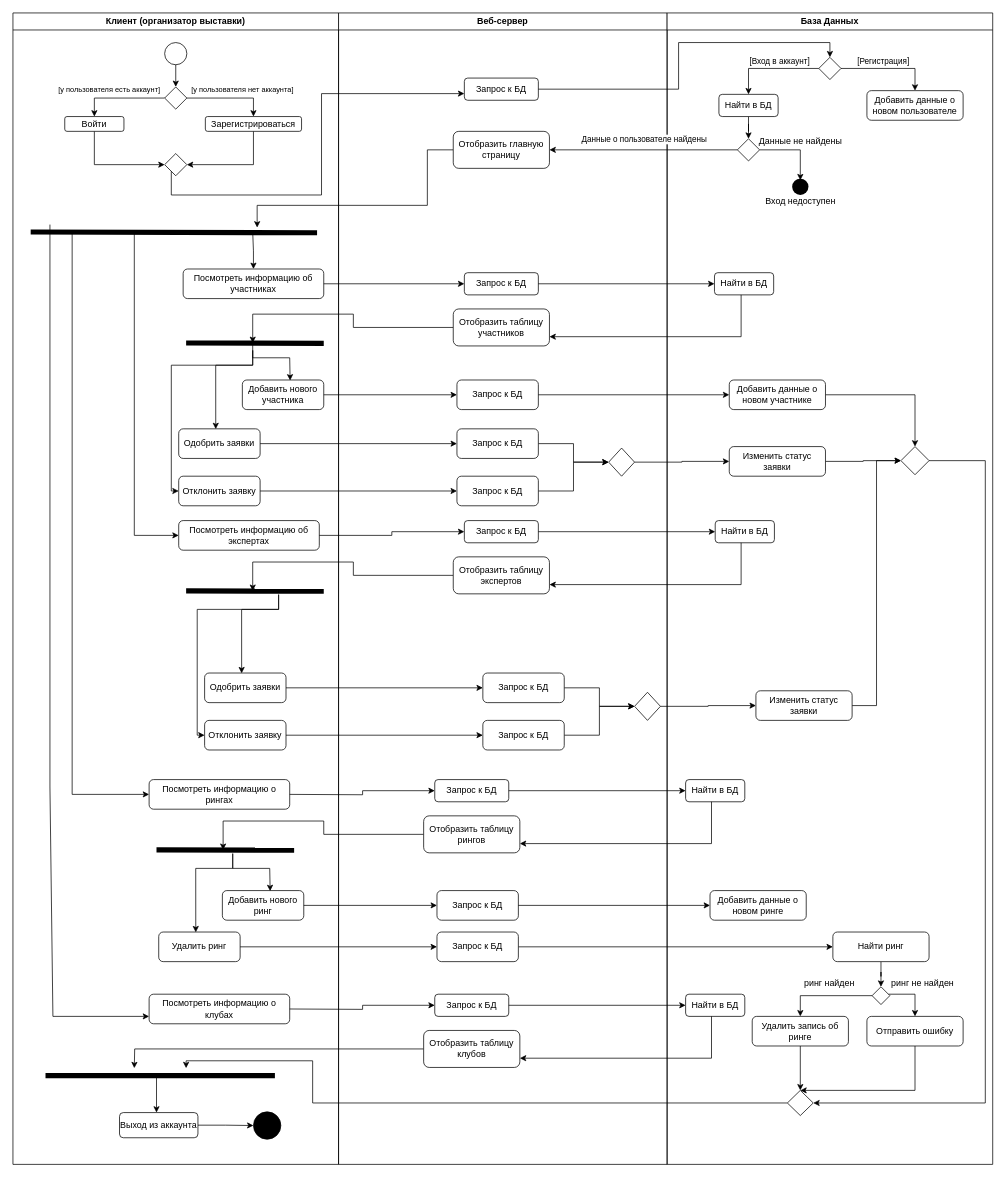
Before: Диаграмма активности.drawio in jenkinsyoung/dogshow, a draw.io diagram. Source tidied: cells renumbered, new cells numbered last; positions are measured from the earlier drawing's top-left corner, leaving out a move shared by most shapes. Both pictures are drawn from the tidied source at 74%, with x=0, y=0 at pixel (13, 13).
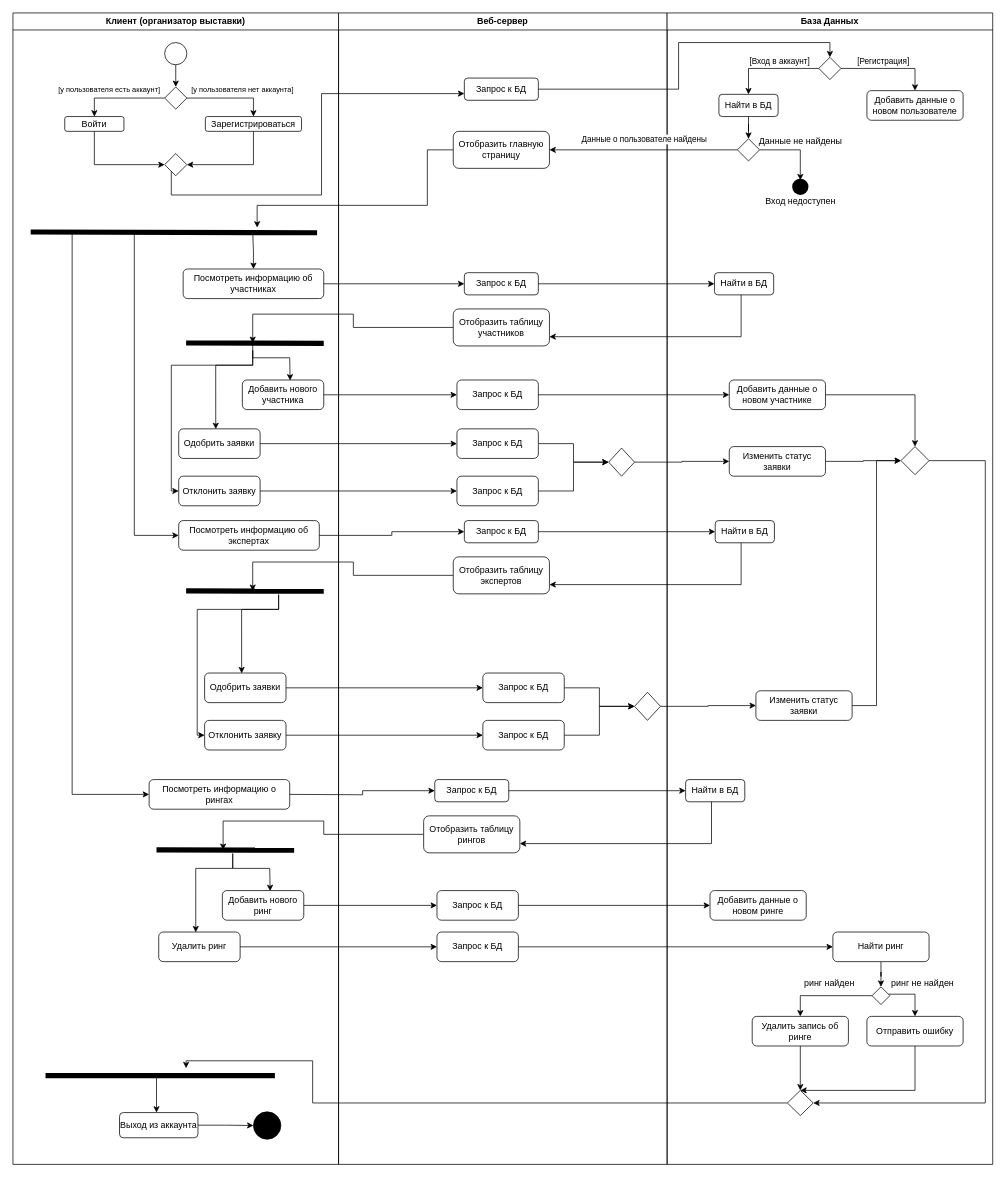
Above is the later version.

The change refers to these unchanged cells:
```xml
<mxCell id="2" value="Клиент (организатор выставки)" style="swimlane;whiteSpace=wrap;html=1;" parent="1" vertex="1">
  <mxGeometry width="440" height="1556" as="geometry" />
</mxCell>
<mxCell id="33" value="Веб-сервер" style="swimlane;whiteSpace=wrap;html=1;" parent="1" vertex="1">
  <mxGeometry x="440" width="444" height="1556" as="geometry" />
</mxCell>
```

Diff of the diagram source:
```diff
@@
-    <mxCell id="27" value="Посмотреть информацию о клубах" style="rounded=1;whiteSpace=wrap;html=1;" parent="2" vertex="1">
-      <mxGeometry x="184" y="1326" width="190" height="40" as="geometry" />
-    </mxCell>
-    <mxCell id="28" style="endArrow=classic;html=1;rounded=0;entryX=0;entryY=0.75;entryDx=0;entryDy=0;" parent="2" edge="1" target="27">
-      <mxGeometry relative="1" as="geometry">
-        <mxPoint x="50" y="286" as="sourcePoint" />
-        <Array as="points">
-          <mxPoint x="50" y="1046" />
-          <mxPoint x="54" y="1356" />
-        </Array>
-      </mxGeometry>
-    </mxCell>
@@
-    <mxCell id="62" value="Запрос к БД" style="rounded=1;whiteSpace=wrap;html=1;" parent="33" vertex="1">
-      <mxGeometry x="130" y="1326" width="100" height="30" as="geometry" />
-    </mxCell>
-    <mxCell id="63" style="edgeStyle=orthogonalEdgeStyle;rounded=0;jettySize=auto;html=1;" parent="33" edge="1" source="64">
-      <mxGeometry relative="1" as="geometry">
-        <mxPoint x="-276" y="1426" as="targetPoint" />
-      </mxGeometry>
-    </mxCell>
-    <mxCell id="64" value="Отобразить таблицу клубов" style="rounded=1;whiteSpace=wrap;html=1;" parent="33" vertex="1">
-      <mxGeometry x="115" y="1375" width="130" height="50" as="geometry" />
-    </mxCell>
-    <mxCell id="65" value="Найти в БД" style="rounded=1;whiteSpace=wrap;html=1;" parent="33" vertex="1">
-      <mxGeometry x="469" y="1326" width="80" height="30" as="geometry" />
-    </mxCell>
-    <mxCell id="66" style="edgeStyle=orthogonalEdgeStyle;rounded=0;jettySize=auto;html=1;exitX=1;exitY=0.5;exitDx=0;exitDy=0;entryX=0;entryY=0.5;entryDx=0;entryDy=0;" parent="33" edge="1" source="62" target="65">
-      <mxGeometry relative="1" as="geometry" />
-    </mxCell>
-    <mxCell id="67" style="edgeStyle=orthogonalEdgeStyle;rounded=0;jettySize=auto;html=1;entryX=1;entryY=0.75;entryDx=0;entryDy=0;" parent="33" edge="1" source="65" target="64">
-      <mxGeometry relative="1" as="geometry">
-        <Array as="points">
-          <mxPoint x="504" y="1412" />
-        </Array>
-      </mxGeometry>
-    </mxCell>
-    <mxCell id="68" style="edgeStyle=orthogonalEdgeStyle;rounded=0;jettySize=auto;html=1;entryX=0;entryY=0.5;entryDx=0;entryDy=0;" parent="33" edge="1" target="62">
-      <mxGeometry relative="1" as="geometry">
-        <mxPoint x="-66" y="1346" as="sourcePoint" />
-      </mxGeometry>
-    </mxCell>
```
